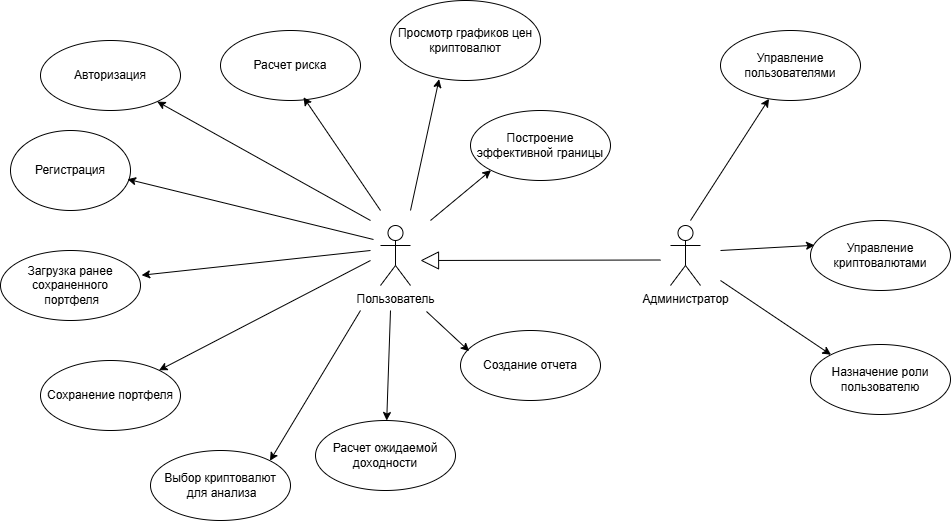
Before: USE_CASE.png, a diagram exported from draw.io (PaPaSmUrFiK/CryproBalancer-courceProject-). Source tidied: cells renumbered, new cells last; positions are measured from the earlier drawing's top-left corner, leaving out a move shared by most shapes.
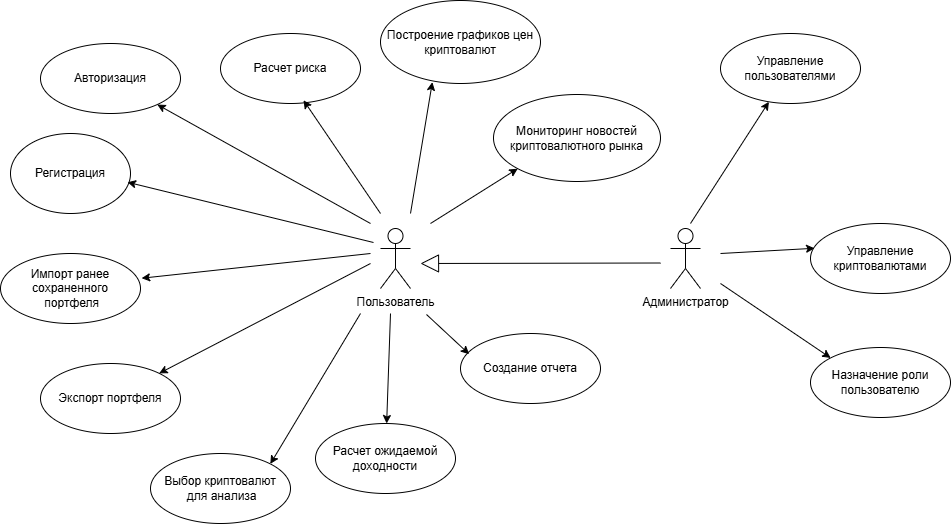
The same diagram one commit later.

Change to the diagram source:
```diff
@@ -16,7 +16,7 @@
     <mxCell id="5" value="Авторизация" style="ellipse;whiteSpace=wrap;html=1;" parent="1" vertex="1">
       <mxGeometry x="40" y="40" width="140" height="70" as="geometry" />
     </mxCell>
-    <mxCell id="6" value="Сохранение портфеля" style="ellipse;whiteSpace=wrap;html=1;" parent="1" vertex="1">
+    <mxCell id="6" value="Экспорт&amp;nbsp;портфеля" style="ellipse;whiteSpace=wrap;html=1;" parent="1" vertex="1">
       <mxGeometry x="40" y="360" width="140" height="70" as="geometry" />
     </mxCell>
     <mxCell id="7" value="Расчет ожидаемой доходности" style="ellipse;whiteSpace=wrap;html=1;" parent="1" vertex="1">
@@ -25,10 +25,10 @@
     <mxCell id="8" value="Расчет риска" style="ellipse;whiteSpace=wrap;html=1;" parent="1" vertex="1">
       <mxGeometry x="220" y="30" width="140" height="70" as="geometry" />
     </mxCell>
-    <mxCell id="9" value="Просмотр графиков цен криптовалют" style="ellipse;whiteSpace=wrap;html=1;" parent="1" vertex="1">
-      <mxGeometry x="390" width="150" height="80" as="geometry" />
+    <mxCell id="9" value="Построение&amp;nbsp;графиков цен криптовалют" style="ellipse;whiteSpace=wrap;html=1;" parent="1" vertex="1">
+      <mxGeometry x="380" y="-3" width="160" height="83" as="geometry" />
     </mxCell>
-    <mxCell id="10" value="Загрузка ранее сохраненного&lt;div&gt;&amp;nbsp;портфеля&lt;/div&gt;" style="ellipse;whiteSpace=wrap;html=1;" parent="1" vertex="1">
+    <mxCell id="10" value="Импорт&amp;nbsp;ранее сохраненного&lt;div&gt;&amp;nbsp;портфеля&lt;/div&gt;" style="ellipse;whiteSpace=wrap;html=1;" parent="1" vertex="1">
       <mxGeometry y="250" width="140" height="70" as="geometry" />
     </mxCell>
     <mxCell id="11" value="Выбор криптовалют&lt;div&gt;&amp;nbsp;для анализа&lt;/div&gt;" style="ellipse;whiteSpace=wrap;html=1;" parent="1" vertex="1">
@@ -94,8 +94,8 @@
         <mxPoint x="410" y="210" as="sourcePoint" />
       </mxGeometry>
     </mxCell>
-    <mxCell id="25" value="Построение эффективной границы" style="ellipse;whiteSpace=wrap;html=1;" parent="1" vertex="1">
-      <mxGeometry x="470" y="110" width="140" height="70" as="geometry" />
+    <mxCell id="25" value="Мониторинг новостей криптовалютного рынка" style="ellipse;whiteSpace=wrap;html=1;" parent="1" vertex="1">
+      <mxGeometry x="493" y="91" width="167" height="87" as="geometry" />
     </mxCell>
     <mxCell id="26" style="edgeStyle=none;jettySize=auto;html=1;rounded=0;entryX=0;entryY=1;entryDx=0;entryDy=0;" parent="1" edge="1" target="25">
       <mxGeometry relative="1" as="geometry">
```
